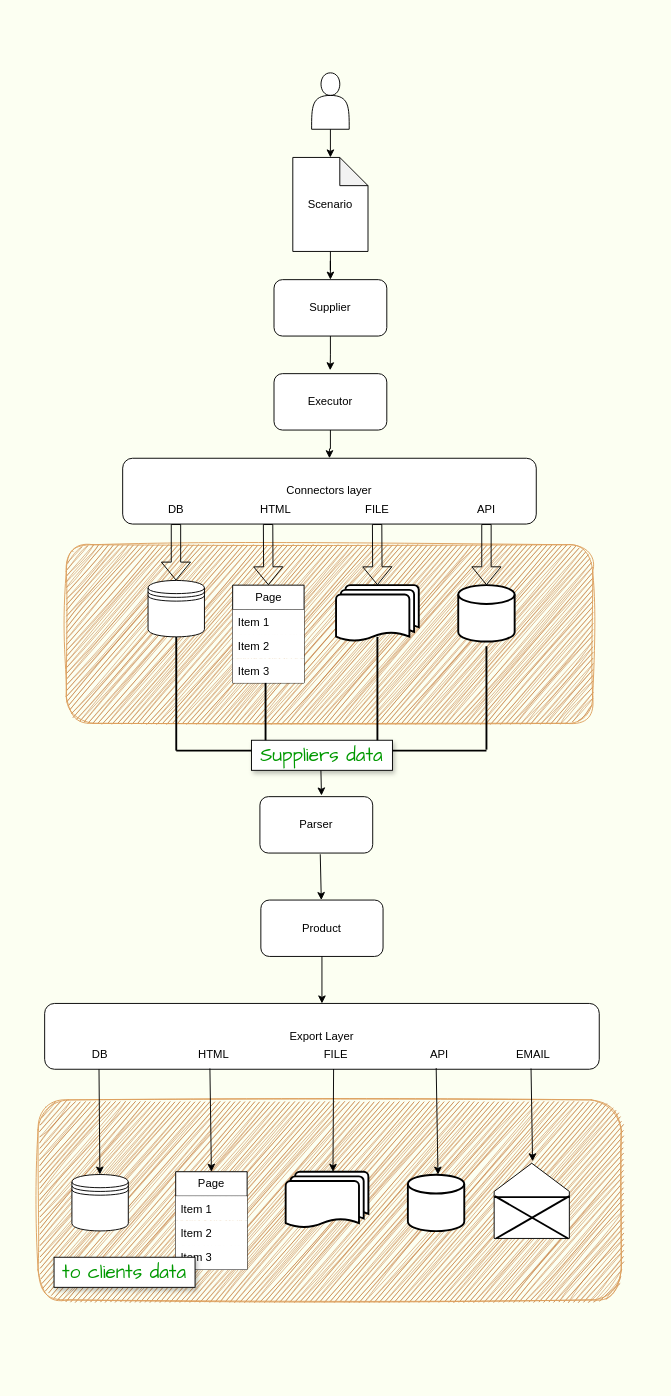
Earlier version of the draw.io diagram page "hypotez" (3 of 13) of draw.io/kitkat diagrams.drawio (DavidkaBenAvraham/docs). Source tidied: cells renumbered, new cells numbered last; positions are measured from the earlier drawing's top-left corner, leaving out a move shared by most shapes. Both pictures are drawn from the tidied source at 94%, with x=0, y=0 at pixel (38, 72).
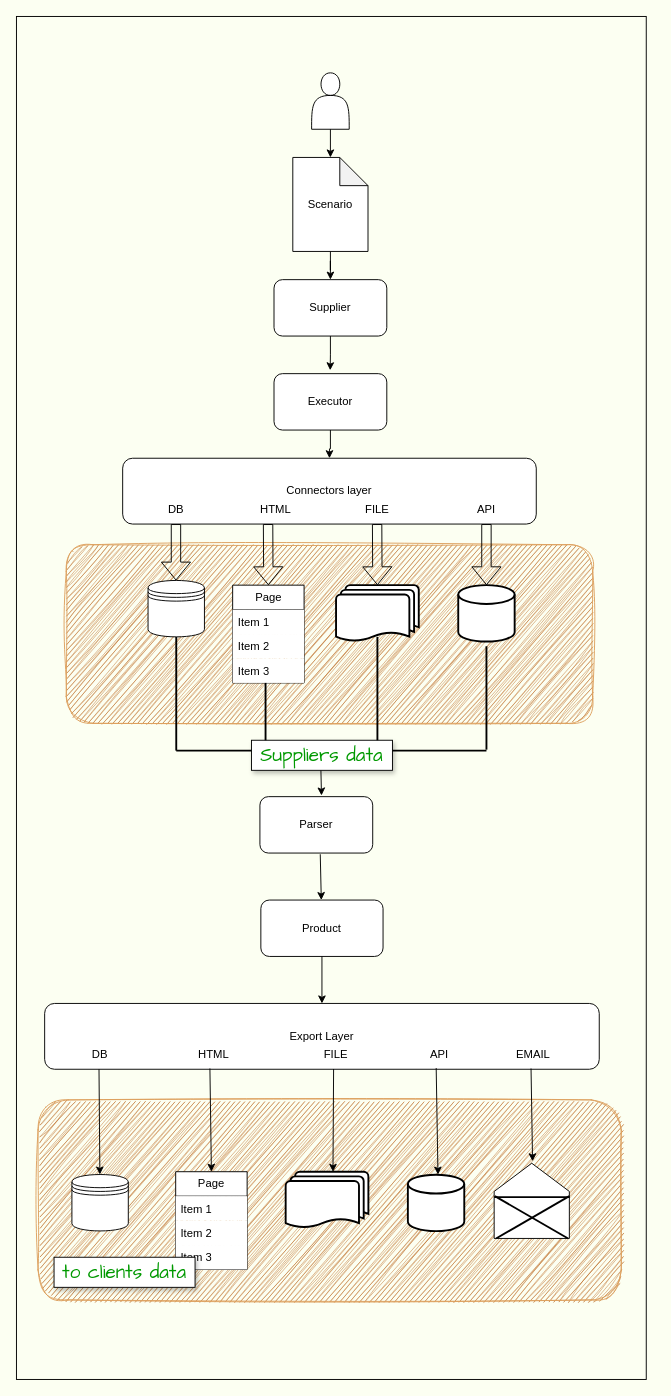
The same diagram, later.

What changed in the source:
```diff
@@
+    <mxCell id="67" style="rounded=0;whiteSpace=wrap;html=1;fillColor=none;" parent="1" vertex="1">
+      <mxGeometry x="-23" y="-60" width="670" height="1450" as="geometry" />
+    </mxCell>
```
